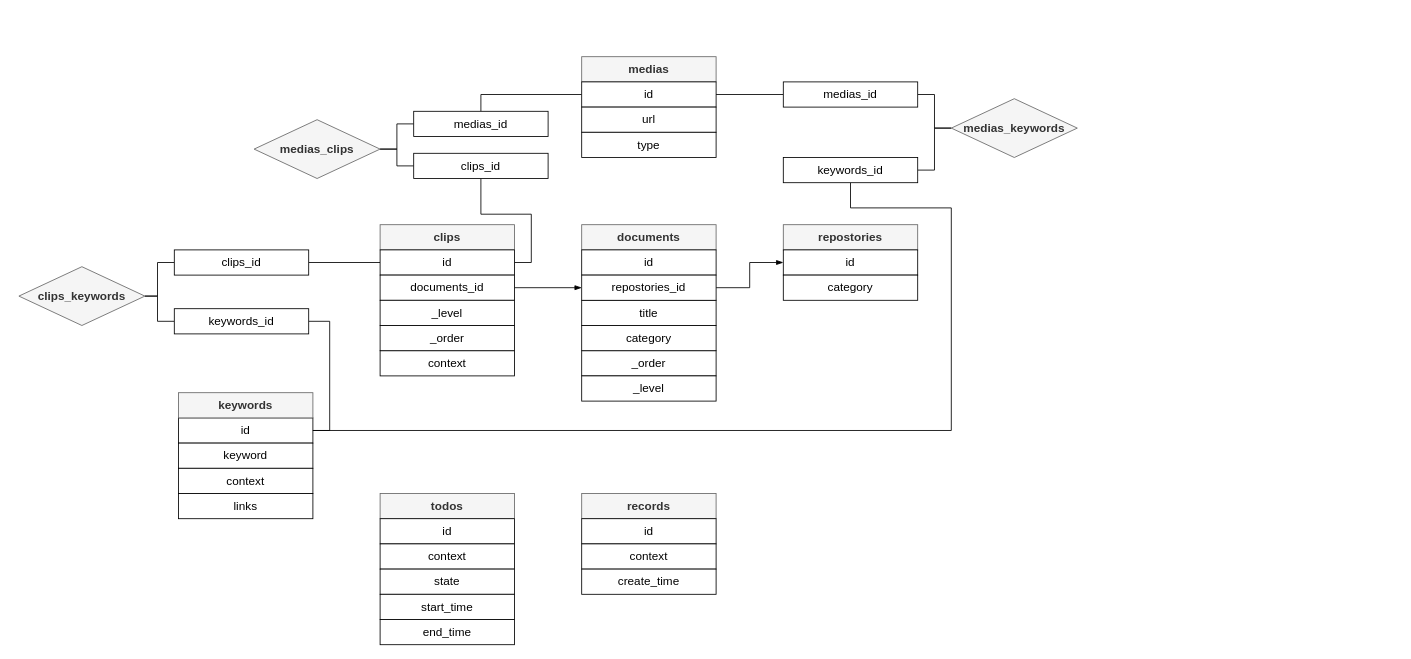
creatern/NoteBook keeps this draw.io diagram as page "E-R" (3 of 3) of Projects/captin/captin.drawio. Above is the earlier version. Source tidied: cells renumbered, new cells numbered last; positions are measured from the earlier drawing's top-left corner, leaving out a move shared by most shapes. Both pictures are drawn from the tidied source at 84%, with x=0, y=0 at pixel (18, 56).
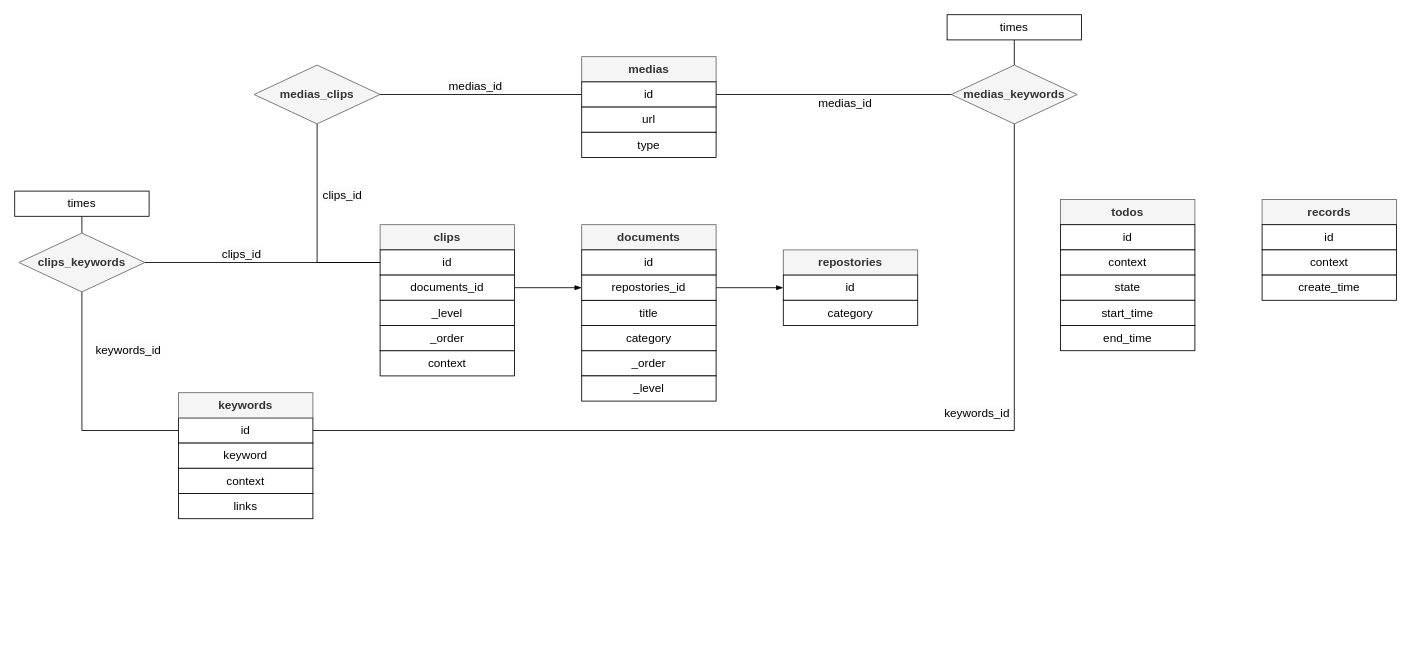
The same diagram, later.

Unchanged cells that the change refers to:
```xml
<mxCell id="14" value="id" style="rounded=0;whiteSpace=wrap;html=1;fontFamily=Helvetica;fontSize=14;labelBackgroundColor=none;" parent="1" vertex="1">
  <mxGeometry x="190" y="430" width="160" height="30" as="geometry" />
</mxCell>
<mxCell id="32" value="id" style="rounded=0;whiteSpace=wrap;html=1;fontFamily=Helvetica;fontSize=14;labelBackgroundColor=none;" parent="1" vertex="1">
  <mxGeometry x="430" y="230" width="160" height="30" as="geometry" />
</mxCell>
<mxCell id="44" value="id" style="rounded=0;whiteSpace=wrap;html=1;fontFamily=Helvetica;fontSize=14;labelBackgroundColor=none;" parent="1" vertex="1">
  <mxGeometry x="670" y="30" width="160" height="30" as="geometry" />
</mxCell>
```

What changed in the source:
```diff
@@
     <mxCell id="3" value="repostories" style="rounded=0;whiteSpace=wrap;html=1;fontFamily=Helvetica;fontSize=14;fontColor=#333333;labelBackgroundColor=none;fontStyle=1;strokeColor=#666666;fillColor=#f5f5f5;" parent="1" vertex="1">
-      <mxGeometry x="910" y="200" width="160" height="30" as="geometry" />
+      <mxGeometry x="910" y="230" width="160" height="30" as="geometry" />
     </mxCell>
     <mxCell id="4" value="todos" style="rounded=0;whiteSpace=wrap;html=1;fontFamily=Helvetica;fontSize=14;fontColor=#333333;labelBackgroundColor=none;fontStyle=1;fillColor=#f5f5f5;strokeColor=#666666;" parent="1" vertex="1">
-      <mxGeometry x="430" y="520" width="160" height="30" as="geometry" />
+      <mxGeometry x="1240" y="170" width="160" height="30" as="geometry" />
     </mxCell>
@@
     <mxCell id="9" value="id" style="rounded=0;whiteSpace=wrap;html=1;fontFamily=Helvetica;fontSize=14;labelBackgroundColor=none;" parent="1" vertex="1">
-      <mxGeometry x="910" y="230" width="160" height="30" as="geometry" />
+      <mxGeometry x="910" y="260" width="160" height="30" as="geometry" />
     </mxCell>
     <mxCell id="10" value="category" style="rounded=0;whiteSpace=wrap;html=1;fontFamily=Helvetica;fontSize=14;labelBackgroundColor=none;" parent="1" vertex="1">
-      <mxGeometry x="910" y="260" width="160" height="30" as="geometry" />
+      <mxGeometry x="910" y="290" width="160" height="30" as="geometry" />
     </mxCell>
     <mxCell id="11" value="id" style="rounded=0;whiteSpace=wrap;html=1;fontFamily=Helvetica;fontSize=14;labelBackgroundColor=none;" parent="1" vertex="1">
-      <mxGeometry x="430" y="550" width="160" height="30" as="geometry" />
+      <mxGeometry x="1240" y="200" width="160" height="30" as="geometry" />
     </mxCell>
     <mxCell id="12" value="context" style="rounded=0;whiteSpace=wrap;html=1;fontFamily=Helvetica;fontSize=14;labelBackgroundColor=none;" parent="1" vertex="1">
-      <mxGeometry x="430" y="580" width="160" height="30" as="geometry" />
+      <mxGeometry x="1240" y="230" width="160" height="30" as="geometry" />
     </mxCell>
     <mxCell id="13" value="state" style="rounded=0;whiteSpace=wrap;html=1;fontFamily=Helvetica;fontSize=14;labelBackgroundColor=none;" parent="1" vertex="1">
-      <mxGeometry x="430" y="610" width="160" height="30" as="geometry" />
+      <mxGeometry x="1240" y="260" width="160" height="30" as="geometry" />
     </mxCell>
+    <mxCell id="60" value="&lt;span style=&quot;color: rgb(0, 0, 0); font-family: Helvetica; font-size: 14px; font-style: normal; font-variant-ligatures: normal; font-variant-caps: normal; font-weight: 400; letter-spacing: normal; orphans: 2; text-align: center; text-indent: 0px; text-transform: none; widows: 2; word-spacing: 0px; -webkit-text-stroke-width: 0px; white-space: normal; background-color: rgb(251, 251, 251); text-decoration-thickness: initial; text-decoration-style: initial; text-decoration-color: initial; display: inline !important; float: none;&quot;&gt;keywords_id&lt;/span&gt;" style="edgeStyle=orthogonalEdgeStyle;rounded=0;jettySize=auto;html=1;exitX=0;exitY=0.5;exitDx=0;exitDy=0;entryX=0.5;entryY=1;entryDx=0;entryDy=0;endArrow=none;endFill=0;" parent="1" edge="1" source="14" target="47">
+      <mxGeometry x="0.5" y="-55" relative="1" as="geometry" />
+    </mxCell>
@@
-    <mxCell id="18" style="edgeStyle=orthogonalEdgeStyle;rounded=0;jettySize=auto;html=1;exitX=1;exitY=0.5;exitDx=0;exitDy=0;entryX=0;entryY=0.5;entryDx=0;entryDy=0;strokeColor=default;strokeWidth=1;align=center;verticalAlign=middle;fontFamily=Helvetica;fontSize=11;fontColor=default;labelBackgroundColor=default;endArrow=none;endFill=0;startArrow=none;startFill=0;" parent="1" edge="1" source="20" target="32">
+    <mxCell id="18" style="edgeStyle=orthogonalEdgeStyle;rounded=0;jettySize=auto;html=1;exitX=1;exitY=0.5;exitDx=0;exitDy=0;entryX=0;entryY=0.5;entryDx=0;entryDy=0;strokeColor=default;strokeWidth=1;align=center;verticalAlign=middle;fontFamily=Helvetica;fontSize=11;fontColor=default;labelBackgroundColor=default;endArrow=none;endFill=0;startArrow=none;startFill=0;" parent="1" edge="1" source="47" target="32">
       <mxGeometry relative="1" as="geometry" />
     </mxCell>
-    <mxCell id="19" style="edgeStyle=orthogonalEdgeStyle;rounded=0;jettySize=auto;html=1;exitX=0;exitY=0.5;exitDx=0;exitDy=0;entryX=1;entryY=0.5;entryDx=0;entryDy=0;strokeColor=default;align=center;verticalAlign=middle;fontFamily=Helvetica;fontSize=11;fontColor=default;labelBackgroundColor=default;endArrow=none;endFill=0;" parent="1" edge="1" source="20" target="47">
-      <mxGeometry relative="1" as="geometry">
-        <Array as="points">
-          <mxPoint x="165" y="245" />
-          <mxPoint x="165" y="285" />
-        </Array>
-      </mxGeometry>
-    </mxCell>
-    <mxCell id="20" value="clips_id" style="rounded=0;whiteSpace=wrap;html=1;fontFamily=Helvetica;fontSize=14;labelBackgroundColor=none;" parent="1" vertex="1">
-      <mxGeometry x="185" y="230" width="160" height="30" as="geometry" />
-    </mxCell>
-    <mxCell id="21" style="edgeStyle=orthogonalEdgeStyle;rounded=0;jettySize=auto;html=1;exitX=1;exitY=0.5;exitDx=0;exitDy=0;entryX=1;entryY=0.5;entryDx=0;entryDy=0;strokeColor=default;strokeWidth=1;align=center;verticalAlign=middle;fontFamily=Helvetica;fontSize=11;fontColor=default;labelBackgroundColor=default;endArrow=none;endFill=0;startArrow=none;startFill=0;" parent="1" edge="1" source="23" target="14">
-      <mxGeometry relative="1" as="geometry" />
-    </mxCell>
-    <mxCell id="22" style="edgeStyle=orthogonalEdgeStyle;rounded=0;jettySize=auto;html=1;exitX=0;exitY=0.5;exitDx=0;exitDy=0;entryX=1;entryY=0.5;entryDx=0;entryDy=0;strokeColor=default;align=center;verticalAlign=middle;fontFamily=Helvetica;fontSize=11;fontColor=default;labelBackgroundColor=default;endArrow=none;endFill=0;" parent="1" edge="1" source="23" target="47">
-      <mxGeometry relative="1" as="geometry" />
-    </mxCell>
-    <mxCell id="23" value="keywords_id" style="rounded=0;whiteSpace=wrap;html=1;fontFamily=Helvetica;fontSize=14;labelBackgroundColor=none;" parent="1" vertex="1">
-      <mxGeometry x="185" y="300" width="160" height="30" as="geometry" />
-    </mxCell>
     <mxCell id="24" value="records" style="rounded=0;whiteSpace=wrap;html=1;fontFamily=Helvetica;fontSize=14;fontColor=#333333;labelBackgroundColor=none;fontStyle=1;fillColor=#f5f5f5;strokeColor=#666666;" parent="1" vertex="1">
-      <mxGeometry x="670" y="520" width="160" height="30" as="geometry" />
+      <mxGeometry x="1480" y="170" width="160" height="30" as="geometry" />
     </mxCell>
     <mxCell id="25" value="id" style="rounded=0;whiteSpace=wrap;html=1;fontFamily=Helvetica;fontSize=14;labelBackgroundColor=none;" parent="1" vertex="1">
-      <mxGeometry x="670" y="550" width="160" height="30" as="geometry" />
+      <mxGeometry x="1480" y="200" width="160" height="30" as="geometry" />
     </mxCell>
     <mxCell id="26" value="context" style="rounded=0;whiteSpace=wrap;html=1;fontFamily=Helvetica;fontSize=14;labelBackgroundColor=none;" parent="1" vertex="1">
-      <mxGeometry x="670" y="580" width="160" height="30" as="geometry" />
+      <mxGeometry x="1480" y="230" width="160" height="30" as="geometry" />
     </mxCell>
     <mxCell id="27" value="create_time" style="rounded=0;whiteSpace=wrap;html=1;fontFamily=Helvetica;fontSize=14;labelBackgroundColor=none;" parent="1" vertex="1">
-      <mxGeometry x="670" y="610" width="160" height="30" as="geometry" />
+      <mxGeometry x="1480" y="260" width="160" height="30" as="geometry" />
     </mxCell>
     <mxCell id="28" value="start_time" style="rounded=0;whiteSpace=wrap;html=1;fontFamily=Helvetica;fontSize=14;labelBackgroundColor=none;" parent="1" vertex="1">
-      <mxGeometry x="430" y="640" width="160" height="30" as="geometry" />
+      <mxGeometry x="1240" y="290" width="160" height="30" as="geometry" />
     </mxCell>
     <mxCell id="29" value="end_time" style="rounded=0;whiteSpace=wrap;html=1;fontFamily=Helvetica;fontSize=14;labelBackgroundColor=none;" parent="1" vertex="1">
-      <mxGeometry x="430" y="670" width="160" height="30" as="geometry" />
+      <mxGeometry x="1240" y="320" width="160" height="30" as="geometry" />
     </mxCell>
@@
-    <mxCell id="31" style="edgeStyle=orthogonalEdgeStyle;rounded=0;jettySize=auto;html=1;exitX=1;exitY=0.5;exitDx=0;exitDy=0;entryX=0.5;entryY=1;entryDx=0;entryDy=0;strokeColor=default;align=center;verticalAlign=middle;fontFamily=Helvetica;fontSize=11;fontColor=default;labelBackgroundColor=default;endArrow=none;endFill=0;" parent="1" edge="1" source="32" target="50">
-      <mxGeometry relative="1" as="geometry" />
+    <mxCell id="31" style="edgeStyle=orthogonalEdgeStyle;rounded=0;jettySize=auto;html=1;exitX=0;exitY=0.5;exitDx=0;exitDy=0;entryX=0.5;entryY=1;entryDx=0;entryDy=0;strokeColor=default;align=center;verticalAlign=middle;fontFamily=Helvetica;fontSize=11;fontColor=default;labelBackgroundColor=default;endArrow=none;endFill=0;" parent="1" edge="1" source="32" target="48">
+      <mxGeometry relative="1" as="geometry">
+        <Array as="points">
+          <mxPoint x="355" y="245" />
+        </Array>
+      </mxGeometry>
     </mxCell>
@@
-    <mxCell id="43" style="edgeStyle=orthogonalEdgeStyle;rounded=0;jettySize=auto;html=1;exitX=0;exitY=0.5;exitDx=0;exitDy=0;entryX=0.5;entryY=0;entryDx=0;entryDy=0;strokeColor=default;align=center;verticalAlign=middle;fontFamily=Helvetica;fontSize=11;fontColor=default;labelBackgroundColor=default;endArrow=none;endFill=0;" parent="1" edge="1" source="44" target="52">
-      <mxGeometry relative="1" as="geometry" />
-    </mxCell>
+    <mxCell id="61" style="edgeStyle=orthogonalEdgeStyle;rounded=0;jettySize=auto;html=1;exitX=0;exitY=0.5;exitDx=0;exitDy=0;entryX=1;entryY=0.5;entryDx=0;entryDy=0;endArrow=none;endFill=0;" parent="1" edge="1" source="44" target="48">
+      <mxGeometry relative="1" as="geometry" />
+    </mxCell>
@@
+    <mxCell id="62" style="edgeStyle=orthogonalEdgeStyle;rounded=0;jettySize=auto;html=1;exitX=0.5;exitY=0;exitDx=0;exitDy=0;entryX=0.5;entryY=1;entryDx=0;entryDy=0;strokeColor=default;align=center;verticalAlign=middle;fontFamily=Helvetica;fontSize=11;fontColor=default;labelBackgroundColor=default;endArrow=none;endFill=0;" parent="1" edge="1" source="47" target="70">
+      <mxGeometry relative="1" as="geometry" />
+    </mxCell>
     <mxCell id="47" value="&lt;span style=&quot;color: rgb(51, 51, 51); font-size: 14px; font-weight: 700;&quot;&gt;clips_keywords&lt;/span&gt;" style="rhombus;whiteSpace=wrap;html=1;fillColor=#f5f5f5;fontColor=#333333;strokeColor=#666666;" parent="1" vertex="1">
-      <mxGeometry y="250" width="150" height="70" as="geometry" />
+      <mxGeometry y="210" width="150" height="70" as="geometry" />
     </mxCell>
     <mxCell id="48" value="&lt;span style=&quot;color: rgb(51, 51, 51); font-size: 14px; font-weight: 700;&quot;&gt;medias_clips&lt;/span&gt;" style="rhombus;whiteSpace=wrap;html=1;fillColor=#f5f5f5;fontColor=#333333;strokeColor=#666666;" parent="1" vertex="1">
-      <mxGeometry x="280" y="75" width="150" height="70" as="geometry" />
+      <mxGeometry x="280" y="10" width="150" height="70" as="geometry" />
     </mxCell>
-    <mxCell id="49" style="edgeStyle=orthogonalEdgeStyle;rounded=0;jettySize=auto;html=1;exitX=0;exitY=0.5;exitDx=0;exitDy=0;strokeColor=default;align=center;verticalAlign=middle;fontFamily=Helvetica;fontSize=11;fontColor=default;labelBackgroundColor=default;endArrow=none;endFill=0;entryX=1;entryY=0.5;entryDx=0;entryDy=0;" parent="1" edge="1" source="50" target="48">
-      <mxGeometry relative="1" as="geometry">
-        <Array as="points">
-          <mxPoint x="450" y="130" />
-          <mxPoint x="450" y="110" />
-        </Array>
-      </mxGeometry>
-    </mxCell>
-    <mxCell id="50" value="clips_id" style="rounded=0;whiteSpace=wrap;html=1;fontFamily=Helvetica;fontSize=14;labelBackgroundColor=none;" parent="1" vertex="1">
-      <mxGeometry x="470" y="115" width="160" height="30" as="geometry" />
-    </mxCell>
-    <mxCell id="51" style="edgeStyle=orthogonalEdgeStyle;rounded=0;jettySize=auto;html=1;exitX=0;exitY=0.5;exitDx=0;exitDy=0;entryX=1;entryY=0.5;entryDx=0;entryDy=0;strokeColor=default;align=center;verticalAlign=middle;fontFamily=Helvetica;fontSize=11;fontColor=default;labelBackgroundColor=default;endArrow=none;endFill=0;" parent="1" edge="1" source="52" target="48">
-      <mxGeometry relative="1" as="geometry">
-        <Array as="points">
-          <mxPoint x="450" y="80" />
-          <mxPoint x="450" y="110" />
-        </Array>
-      </mxGeometry>
-    </mxCell>
-    <mxCell id="52" value="medias_id" style="rounded=0;whiteSpace=wrap;html=1;fontFamily=Helvetica;fontSize=14;labelBackgroundColor=none;" parent="1" vertex="1">
-      <mxGeometry x="470" y="65" width="160" height="30" as="geometry" />
-    </mxCell>
-    <mxCell id="53" style="edgeStyle=orthogonalEdgeStyle;rounded=0;jettySize=auto;html=1;exitX=0;exitY=0.5;exitDx=0;exitDy=0;entryX=1;entryY=0.5;entryDx=0;entryDy=0;strokeColor=default;align=center;verticalAlign=middle;fontFamily=Helvetica;fontSize=11;fontColor=default;labelBackgroundColor=default;endArrow=none;endFill=0;" parent="1" edge="1" source="55" target="57">
-      <mxGeometry relative="1" as="geometry" />
-    </mxCell>
-    <mxCell id="54" style="edgeStyle=orthogonalEdgeStyle;rounded=0;jettySize=auto;html=1;exitX=0;exitY=0.5;exitDx=0;exitDy=0;entryX=1;entryY=0.5;entryDx=0;entryDy=0;strokeColor=default;align=center;verticalAlign=middle;fontFamily=Helvetica;fontSize=11;fontColor=default;labelBackgroundColor=default;endArrow=none;endFill=0;" parent="1" edge="1" source="55" target="59">
-      <mxGeometry relative="1" as="geometry" />
-    </mxCell>
+    <mxCell id="63" style="edgeStyle=orthogonalEdgeStyle;rounded=0;jettySize=auto;html=1;exitX=0.5;exitY=1;exitDx=0;exitDy=0;entryX=1;entryY=0.5;entryDx=0;entryDy=0;strokeColor=default;align=center;verticalAlign=middle;fontFamily=Helvetica;fontSize=11;fontColor=default;labelBackgroundColor=default;endArrow=none;endFill=0;" parent="1" edge="1" source="55" target="14">
+      <mxGeometry relative="1" as="geometry" />
+    </mxCell>
+    <mxCell id="64" style="edgeStyle=orthogonalEdgeStyle;rounded=0;jettySize=auto;html=1;exitX=0.5;exitY=0;exitDx=0;exitDy=0;entryX=0.5;entryY=1;entryDx=0;entryDy=0;strokeColor=default;align=center;verticalAlign=middle;fontFamily=Helvetica;fontSize=11;fontColor=default;labelBackgroundColor=default;endArrow=none;endFill=0;" parent="1" edge="1" source="55" target="71">
+      <mxGeometry relative="1" as="geometry" />
+    </mxCell>
     <mxCell id="55" value="&lt;span style=&quot;color: rgb(51, 51, 51); font-size: 14px; font-weight: 700;&quot;&gt;medias_keywords&lt;/span&gt;" style="rhombus;whiteSpace=wrap;html=1;fillColor=#f5f5f5;fontColor=#333333;strokeColor=#666666;" parent="1" vertex="1">
-      <mxGeometry x="1110" y="50" width="150" height="70" as="geometry" />
+      <mxGeometry x="1110" y="10" width="150" height="70" as="geometry" />
     </mxCell>
-    <mxCell id="56" style="edgeStyle=orthogonalEdgeStyle;rounded=0;jettySize=auto;html=1;exitX=0;exitY=0.5;exitDx=0;exitDy=0;entryX=1;entryY=0.5;entryDx=0;entryDy=0;strokeColor=default;align=center;verticalAlign=middle;fontFamily=Helvetica;fontSize=11;fontColor=default;labelBackgroundColor=default;endArrow=none;endFill=0;" parent="1" edge="1" source="57" target="44">
+    <mxCell id="56" style="edgeStyle=orthogonalEdgeStyle;rounded=0;jettySize=auto;html=1;exitX=0;exitY=0.5;exitDx=0;exitDy=0;entryX=1;entryY=0.5;entryDx=0;entryDy=0;strokeColor=default;align=center;verticalAlign=middle;fontFamily=Helvetica;fontSize=11;fontColor=default;labelBackgroundColor=default;endArrow=none;endFill=0;" parent="1" edge="1" source="55" target="44">
       <mxGeometry relative="1" as="geometry" />
     </mxCell>
-    <mxCell id="57" value="medias_id" style="rounded=0;whiteSpace=wrap;html=1;fontFamily=Helvetica;fontSize=14;labelBackgroundColor=none;" parent="1" vertex="1">
-      <mxGeometry x="910" y="30" width="160" height="30" as="geometry" />
-    </mxCell>
-    <mxCell id="58" style="edgeStyle=orthogonalEdgeStyle;rounded=0;jettySize=auto;html=1;exitX=0.5;exitY=1;exitDx=0;exitDy=0;entryX=1;entryY=0.5;entryDx=0;entryDy=0;strokeColor=default;align=center;verticalAlign=middle;fontFamily=Helvetica;fontSize=11;fontColor=default;labelBackgroundColor=default;endArrow=none;endFill=0;" parent="1" edge="1" source="59" target="14">
-      <mxGeometry relative="1" as="geometry">
-        <Array as="points">
-          <mxPoint x="990" y="180" />
-          <mxPoint x="1110" y="180" />
-          <mxPoint x="1110" y="445" />
-        </Array>
-      </mxGeometry>
-    </mxCell>
-    <mxCell id="59" value="keywords_id" style="rounded=0;whiteSpace=wrap;html=1;fontFamily=Helvetica;fontSize=14;labelBackgroundColor=none;" parent="1" vertex="1">
-      <mxGeometry x="910" y="120" width="160" height="30" as="geometry" />
-    </mxCell>
+    <mxCell id="65" value="&lt;span style=&quot;color: rgb(0, 0, 0); font-family: Helvetica; font-size: 14px; font-style: normal; font-variant-ligatures: normal; font-variant-caps: normal; font-weight: 400; letter-spacing: normal; orphans: 2; text-align: center; text-indent: 0px; text-transform: none; widows: 2; word-spacing: 0px; -webkit-text-stroke-width: 0px; white-space: normal; background-color: rgb(251, 251, 251); text-decoration-thickness: initial; text-decoration-style: initial; text-decoration-color: initial; display: inline !important; float: none;&quot;&gt;clips_id&lt;/span&gt;" style="text;whiteSpace=wrap;html=1;" parent="1" vertex="1">
+      <mxGeometry x="360" y="150" width="80" height="40" as="geometry" />
+    </mxCell>
+    <mxCell id="66" value="&lt;span style=&quot;color: rgb(0, 0, 0); font-family: Helvetica; font-size: 14px; font-style: normal; font-variant-ligatures: normal; font-variant-caps: normal; font-weight: 400; letter-spacing: normal; orphans: 2; text-align: center; text-indent: 0px; text-transform: none; widows: 2; word-spacing: 0px; -webkit-text-stroke-width: 0px; white-space: normal; background-color: rgb(251, 251, 251); text-decoration-thickness: initial; text-decoration-style: initial; text-decoration-color: initial; display: inline !important; float: none;&quot;&gt;medias_id&lt;/span&gt;" style="text;whiteSpace=wrap;html=1;" parent="1" vertex="1">
+      <mxGeometry x="510" y="20" width="100" height="40" as="geometry" />
+    </mxCell>
+    <mxCell id="67" value="&lt;span style=&quot;color: rgb(0, 0, 0); font-family: Helvetica; font-size: 14px; font-style: normal; font-variant-ligatures: normal; font-variant-caps: normal; font-weight: 400; letter-spacing: normal; orphans: 2; text-align: center; text-indent: 0px; text-transform: none; widows: 2; word-spacing: 0px; -webkit-text-stroke-width: 0px; white-space: normal; background-color: rgb(251, 251, 251); text-decoration-thickness: initial; text-decoration-style: initial; text-decoration-color: initial; display: inline !important; float: none;&quot;&gt;clips_id&lt;/span&gt;" style="text;whiteSpace=wrap;html=1;fontFamily=Helvetica;fontSize=11;fontColor=default;labelBackgroundColor=default;" parent="1" vertex="1">
+      <mxGeometry x="240" y="220" width="80" height="40" as="geometry" />
+    </mxCell>
+    <mxCell id="68" value="&lt;span style=&quot;color: rgb(0, 0, 0); font-family: Helvetica; font-size: 14px; font-style: normal; font-variant-ligatures: normal; font-variant-caps: normal; font-weight: 400; letter-spacing: normal; orphans: 2; text-align: center; text-indent: 0px; text-transform: none; widows: 2; word-spacing: 0px; -webkit-text-stroke-width: 0px; white-space: normal; background-color: rgb(251, 251, 251); text-decoration-thickness: initial; text-decoration-style: initial; text-decoration-color: initial; display: inline !important; float: none;&quot;&gt;keywords_id&lt;/span&gt;" style="text;whiteSpace=wrap;html=1;fontFamily=Helvetica;fontSize=11;fontColor=default;labelBackgroundColor=default;" parent="1" vertex="1">
+      <mxGeometry x="1100" y="410" width="110" height="40" as="geometry" />
+    </mxCell>
+    <mxCell id="69" value="&lt;span style=&quot;color: rgb(0, 0, 0); font-family: Helvetica; font-size: 14px; font-style: normal; font-variant-ligatures: normal; font-variant-caps: normal; font-weight: 400; letter-spacing: normal; orphans: 2; text-align: center; text-indent: 0px; text-transform: none; widows: 2; word-spacing: 0px; -webkit-text-stroke-width: 0px; white-space: normal; background-color: rgb(251, 251, 251); text-decoration-thickness: initial; text-decoration-style: initial; text-decoration-color: initial; display: inline !important; float: none;&quot;&gt;medias_id&lt;/span&gt;" style="text;whiteSpace=wrap;html=1;fontFamily=Helvetica;fontSize=11;fontColor=default;labelBackgroundColor=default;" parent="1" vertex="1">
+      <mxGeometry x="950" y="40" width="100" height="40" as="geometry" />
+    </mxCell>
+    <mxCell id="70" value="times" style="rounded=0;whiteSpace=wrap;html=1;fontFamily=Helvetica;fontSize=14;labelBackgroundColor=none;" parent="1" vertex="1">
+      <mxGeometry x="-5" y="160" width="160" height="30" as="geometry" />
+    </mxCell>
+    <mxCell id="71" value="times" style="rounded=0;whiteSpace=wrap;html=1;fontFamily=Helvetica;fontSize=14;labelBackgroundColor=none;" parent="1" vertex="1">
+      <mxGeometry x="1105" y="-50" width="160" height="30" as="geometry" />
+    </mxCell>
```
